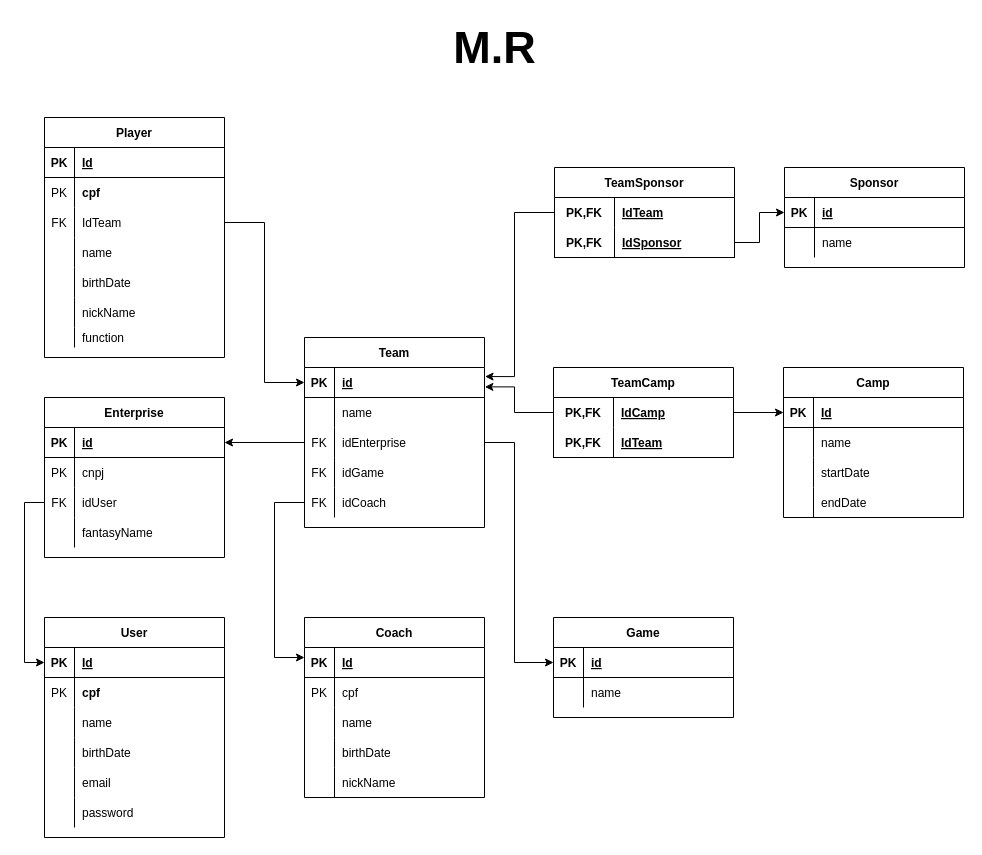
Above: Documents/MR_ESportTeamController.drawio in LuizGustavoSena/ESportTeamControll (draw.io), before the change. Source tidied: cells renumbered, new cells numbered last; positions are measured from the earlier drawing's top-left corner, leaving out a move shared by most shapes. Both pictures are drawn from the tidied source at 100%, with x=0, y=0 at pixel (24, 17).
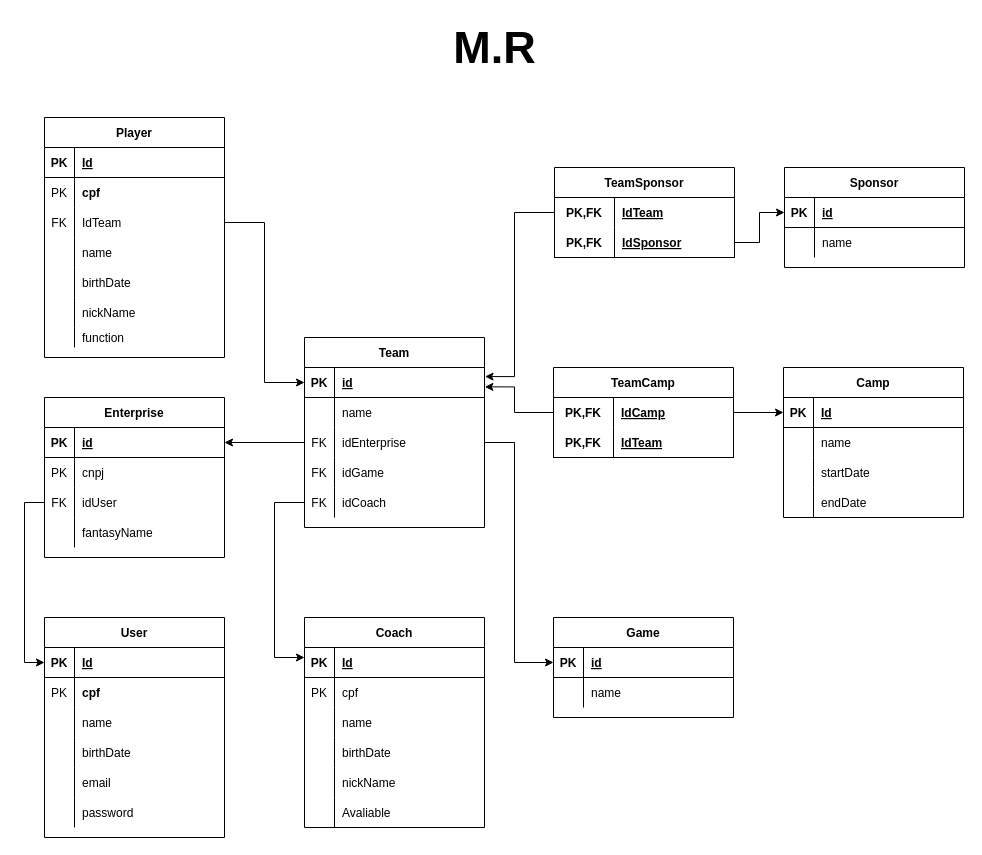
Above is the later version.

Commit message (it also covers changes not shown here):
Alteração Diagrama

What changed in the source:
```diff
@@
     <mxCell id="43" value="Coach" style="shape=table;startSize=30;childLayout=tableLayout;rowLines=0;fontStyle=1;align=center;" parent="1" vertex="1">
-      <mxGeometry x="280" y="600" width="180" height="180" as="geometry" />
+      <mxGeometry x="280" y="600" width="180" height="210" as="geometry" />
     </mxCell>
@@
+    <mxCell id="139" style="shape=partialRectangle;fillColor=none;top=0;left=0;bottom=0;right=0;" parent="43" vertex="1">
+      <mxGeometry y="180" width="180" height="30" as="geometry" />
+    </mxCell>
+    <mxCell id="140" style="shape=partialRectangle;fillColor=none;top=0;left=0;bottom=0;right=0;overflow=hidden;" parent="139" vertex="1">
+      <mxGeometry width="30" height="30" as="geometry" />
+    </mxCell>
+    <mxCell id="141" value="Avaliable" style="shape=partialRectangle;fillColor=none;top=0;left=0;bottom=0;right=0;align=left;spacingLeft=6;overflow=hidden;" parent="139" vertex="1">
+      <mxGeometry x="30" width="150" height="30" as="geometry" />
+    </mxCell>
```
